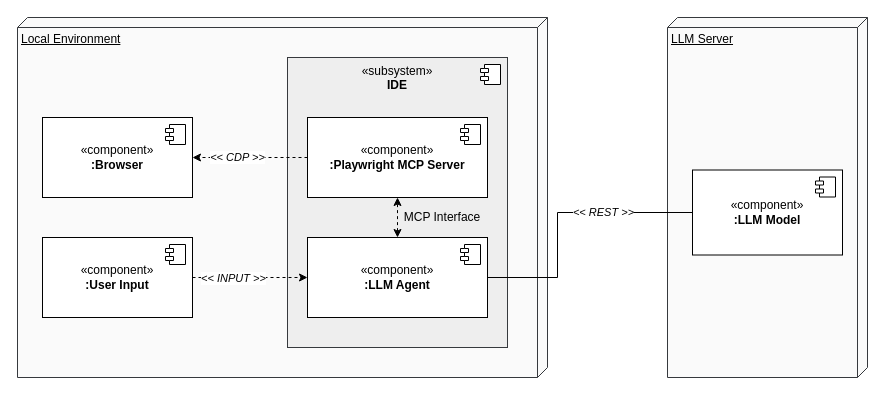
Above: figures/mcp_local.drawio in tobikli/ba-thesis (draw.io), before the change. Source tidied: cells renumbered, new cells numbered last; positions are measured from the earlier drawing's top-left corner, leaving out a move shared by most shapes. Both pictures are drawn from the tidied source at 100%, with x=0, y=0 at pixel (17, 17).
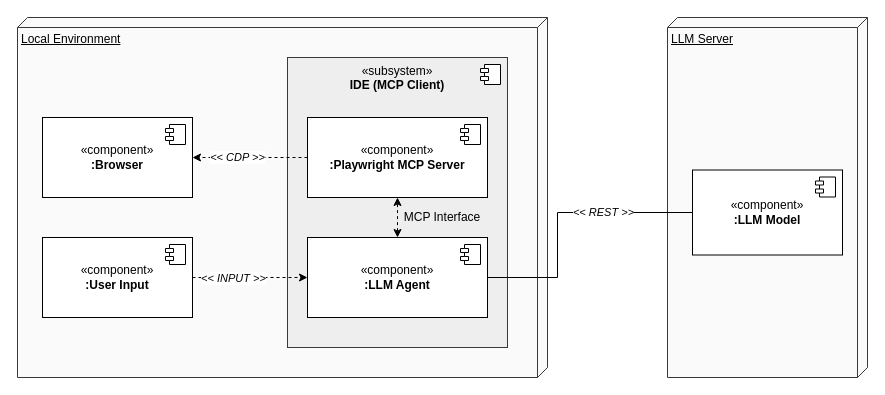
After the change.

Change to the diagram source:
```diff
@@
-    <mxCell id="3" value="«subsystem»&lt;br&gt;&lt;b&gt;IDE&lt;/b&gt;" style="html=1;whiteSpace=wrap;align=center;verticalAlign=top;fillColor=#eeeeee;strokeColor=#36393d;" parent="1" vertex="1">
+    <mxCell id="3" value="«subsystem»&lt;br&gt;&lt;b&gt;IDE (MCP Client)&lt;/b&gt;" style="html=1;whiteSpace=wrap;align=center;verticalAlign=top;fillColor=#eeeeee;strokeColor=#36393d;" parent="1" vertex="1">
       <mxGeometry x="270" y="40" width="220" height="290" as="geometry" />
     </mxCell>
```
